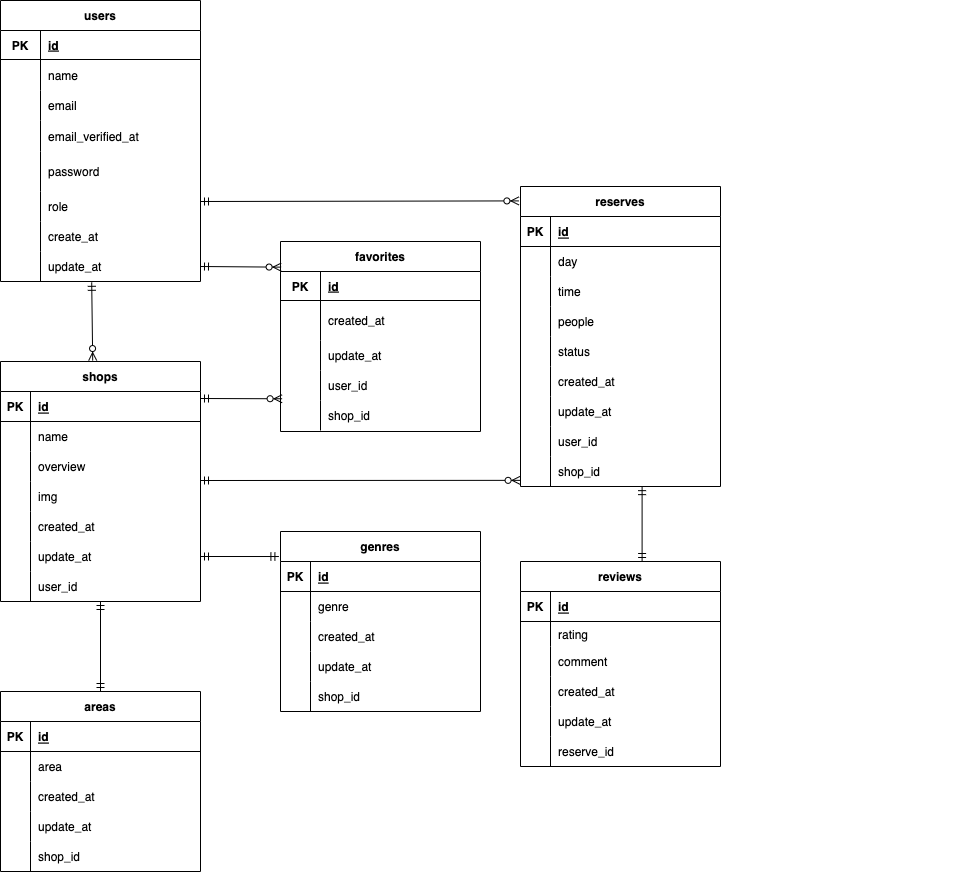
kijima-masaru/rese-ui keeps this draw.io diagram as README/ER/.drawio.png. Above is the earlier version. Source tidied: cells renumbered, new cells last; positions are measured from the earlier drawing's top-left corner, leaving out a move shared by most shapes.
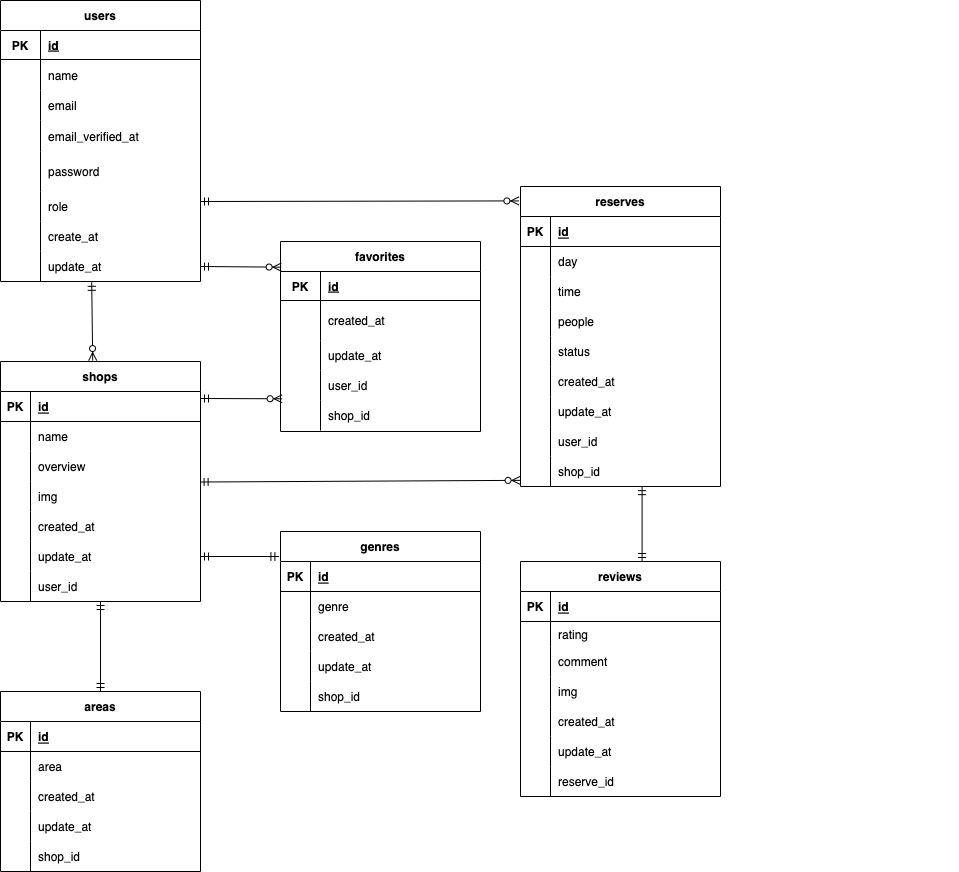
The same file after the commit.

Diff of the diagram source:
```diff
@@ -116,13 +116,13 @@
     <mxCell id="39" value="people" style="shape=partialRectangle;fillColor=none;top=0;left=0;bottom=0;right=0;align=left;spacingLeft=6;overflow=hidden;" parent="37" vertex="1">
       <mxGeometry x="30" width="170" height="30" as="geometry" />
     </mxCell>
-    <mxCell id="40" style="shape=tableRow;horizontal=0;startSize=0;swimlaneHead=0;swimlaneBody=0;fillColor=none;top=0;left=0;right=0;bottom=0;strokeWidth=1;" parent="27" vertex="1">
-      <mxGeometry y="150" width="200" height="30" as="geometry" />
-    </mxCell>
-    <mxCell id="41" style="shape=partialRectangle;fillColor=none;top=0;left=0;bottom=0;right=0;overflow=hidden;strokeWidth=1;" parent="40" vertex="1">
-      <mxGeometry width="30" height="30" as="geometry" />
-    </mxCell>
+    <mxCell id="153" style="shape=tableRow;horizontal=0;startSize=0;swimlaneHead=0;swimlaneBody=0;fillColor=none;top=0;left=0;right=0;bottom=0;" parent="27" vertex="1">
+      <mxGeometry y="150" width="200" height="30" as="geometry" />
+    </mxCell>
+    <mxCell id="154" style="shape=partialRectangle;fillColor=none;top=0;left=0;bottom=0;right=0;overflow=hidden;" parent="153" vertex="1">
+      <mxGeometry width="30" height="30" as="geometry" />
+    </mxCell>
-    <mxCell id="42" value="status" style="shape=partialRectangle;fillColor=none;top=0;left=0;bottom=0;right=0;align=left;spacingLeft=6;overflow=hidden;strokeWidth=1;" parent="40" vertex="1">
+    <mxCell id="42" value="status" style="shape=partialRectangle;fillColor=none;top=0;left=0;bottom=0;right=0;align=left;spacingLeft=6;overflow=hidden;" parent="153" vertex="1">
       <mxGeometry x="30" width="170" height="30" as="geometry" />
     </mxCell>
     <mxCell id="43" style="shape=tableRow;horizontal=0;startSize=0;swimlaneHead=0;swimlaneBody=0;fillColor=none;top=0;left=0;right=0;bottom=0;strokeWidth=1;" parent="27" vertex="1">
@@ -216,7 +216,7 @@
       <mxGeometry x="40" width="160" height="30" as="geometry" />
     </mxCell>
     <mxCell id="72" value="reviews" style="shape=table;startSize=30;rowLines=0;fontStyle=1;align=center;" parent="1" vertex="1">
-      <mxGeometry x="520" y="561" width="200" height="205" as="geometry" />
+      <mxGeometry x="520" y="561" width="200" height="235" as="geometry" />
     </mxCell>
     <mxCell id="73" style="shape=tableRow;horizontal=0;startSize=0;swimlaneHead=0;swimlaneBody=0;fillColor=none;top=0;left=0;right=0;bottom=1;" parent="72" vertex="1">
       <mxGeometry y="30" width="200" height="30" as="geometry" />
@@ -245,8 +245,17 @@
     <mxCell id="81" value="comment" style="shape=partialRectangle;fillColor=none;top=0;left=0;bottom=0;right=0;align=left;spacingLeft=6;overflow=hidden;" parent="79" vertex="1">
       <mxGeometry x="30" width="170" height="30" as="geometry" />
     </mxCell>
+    <mxCell id="155" style="shape=tableRow;horizontal=0;startSize=0;swimlaneHead=0;swimlaneBody=0;fillColor=none;top=0;left=0;right=0;bottom=0;" parent="72" vertex="1">
+      <mxGeometry y="115" width="200" height="30" as="geometry" />
+    </mxCell>
+    <mxCell id="156" style="shape=partialRectangle;fillColor=none;top=0;left=0;bottom=0;right=0;overflow=hidden;" parent="155" vertex="1">
+      <mxGeometry width="30" height="30" as="geometry" />
+    </mxCell>
+    <mxCell id="157" value="img" style="shape=partialRectangle;fillColor=none;top=0;left=0;bottom=0;right=0;align=left;spacingLeft=6;overflow=hidden;" parent="155" vertex="1">
+      <mxGeometry x="30" width="170" height="30" as="geometry" />
+    </mxCell>
     <mxCell id="82" style="shape=tableRow;horizontal=0;startSize=0;swimlaneHead=0;swimlaneBody=0;fillColor=none;top=0;left=0;right=0;bottom=0;" parent="72" vertex="1">
-      <mxGeometry y="115" width="200" height="30" as="geometry" />
+      <mxGeometry y="145" width="200" height="30" as="geometry" />
     </mxCell>
     <mxCell id="83" style="shape=partialRectangle;fillColor=none;top=0;left=0;bottom=0;right=0;overflow=hidden;" parent="82" vertex="1">
       <mxGeometry width="30" height="30" as="geometry" />
@@ -255,7 +264,7 @@
       <mxGeometry x="30" width="170" height="30" as="geometry" />
     </mxCell>
     <mxCell id="85" style="shape=tableRow;horizontal=0;startSize=0;swimlaneHead=0;swimlaneBody=0;fillColor=none;top=0;left=0;right=0;bottom=0;" parent="72" vertex="1">
-      <mxGeometry y="145" width="200" height="30" as="geometry" />
+      <mxGeometry y="175" width="200" height="30" as="geometry" />
     </mxCell>
     <mxCell id="86" style="shape=partialRectangle;fillColor=none;top=0;left=0;bottom=0;right=0;overflow=hidden;" parent="85" vertex="1">
       <mxGeometry width="30" height="30" as="geometry" />
@@ -264,7 +273,7 @@
       <mxGeometry x="30" width="170" height="30" as="geometry" />
     </mxCell>
     <mxCell id="88" style="shape=tableRow;horizontal=0;startSize=0;swimlaneHead=0;swimlaneBody=0;fillColor=none;top=0;left=0;right=0;bottom=0;" parent="72" vertex="1">
-      <mxGeometry y="175" width="200" height="30" as="geometry" />
+      <mxGeometry y="205" width="200" height="30" as="geometry" />
     </mxCell>
     <mxCell id="89" style="shape=partialRectangle;fillColor=none;top=0;left=0;bottom=0;right=0;overflow=hidden;" parent="88" vertex="1">
       <mxGeometry width="30" height="30" as="geometry" />
@@ -447,10 +456,8 @@
         <mxPoint x="200" y="201" as="sourcePoint" />
       </mxGeometry>
     </mxCell>
-    <mxCell id="148" style="fontSize=12;html=1;endArrow=ERzeroToMany;startArrow=ERmandOne;entryX=-0.002;entryY=0.795;entryDx=0;entryDy=0;entryPerimeter=0;" parent="1" edge="1" target="52">
-      <mxGeometry relative="1" as="geometry">
-        <mxPoint x="200" y="480" as="sourcePoint" />
-      </mxGeometry>
+    <mxCell id="148" style="fontSize=12;html=1;endArrow=ERzeroToMany;startArrow=ERmandOne;entryX=-0.002;entryY=0.795;entryDx=0;entryDy=0;entryPerimeter=0;exitX=0.998;exitY=1.017;exitDx=0;exitDy=0;exitPerimeter=0;" parent="1" edge="1" source="98" target="52">
+      <mxGeometry relative="1" as="geometry" />
     </mxCell>
     <mxCell id="149" style="fontSize=12;html=1;endArrow=ERzeroToMany;startArrow=ERmandOne;exitX=0.456;exitY=1.027;exitDx=0;exitDy=0;entryX=0.461;entryY=-0.004;entryDx=0;entryDy=0;entryPerimeter=0;exitPerimeter=0;" parent="1" edge="1" source="24" target="91">
       <mxGeometry relative="1" as="geometry" />
```
